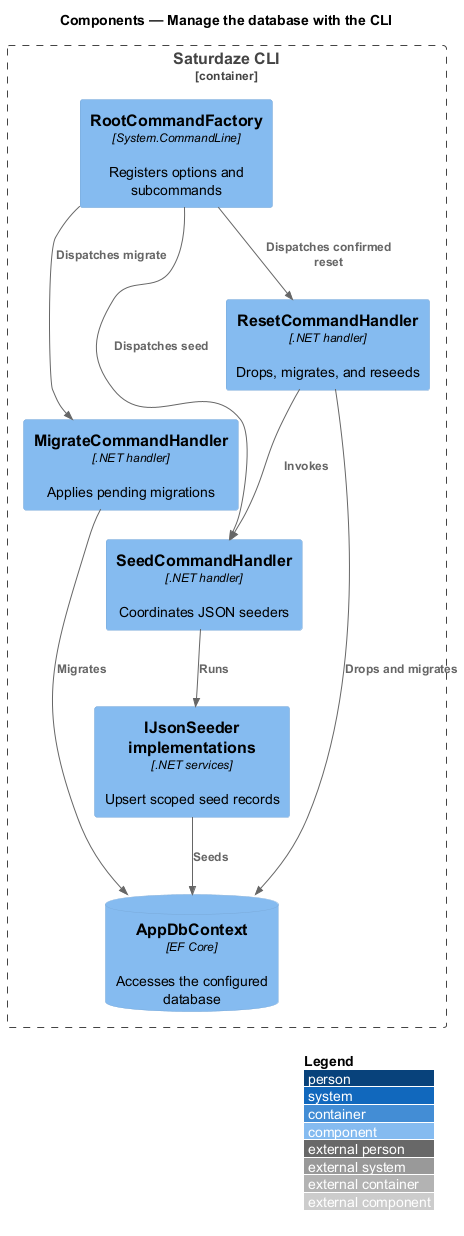
Above: docs/detailed-designs/administration/manage-database-with-cli/diagrams/c4-component.png in QuinntyneBrown/saturdaze (PlantUML), before the change. Source of this version:
```plantuml
@startuml
!include <C4/C4_Component>
LAYOUT_WITH_LEGEND()
title Components — Manage the database with the CLI

Container_Boundary(cli, "Saturdaze CLI") {
  Component(root, "RootCommandFactory", "System.CommandLine", "Registers options and subcommands")
  Component(migrate, "MigrateCommandHandler", ".NET handler", "Applies pending migrations")
  Component(seed, "SeedCommandHandler", ".NET handler", "Coordinates JSON seeders")
  Component(reset, "ResetCommandHandler", ".NET handler", "Drops, migrates, and reseeds")
  Component(seeders, "IJsonSeeder implementations", ".NET services", "Upsert scoped seed records")
  ComponentDb(db, "AppDbContext", "EF Core", "Accesses the configured database")
}
Rel(root, migrate, "Dispatches migrate")
Rel(root, seed, "Dispatches seed")
Rel(root, reset, "Dispatches confirmed reset")
Rel(seed, seeders, "Runs")
Rel(migrate, db, "Migrates")
Rel(seeders, db, "Seeds")
Rel(reset, db, "Drops and migrates")
Rel(reset, seed, "Invokes")
@enduml
```
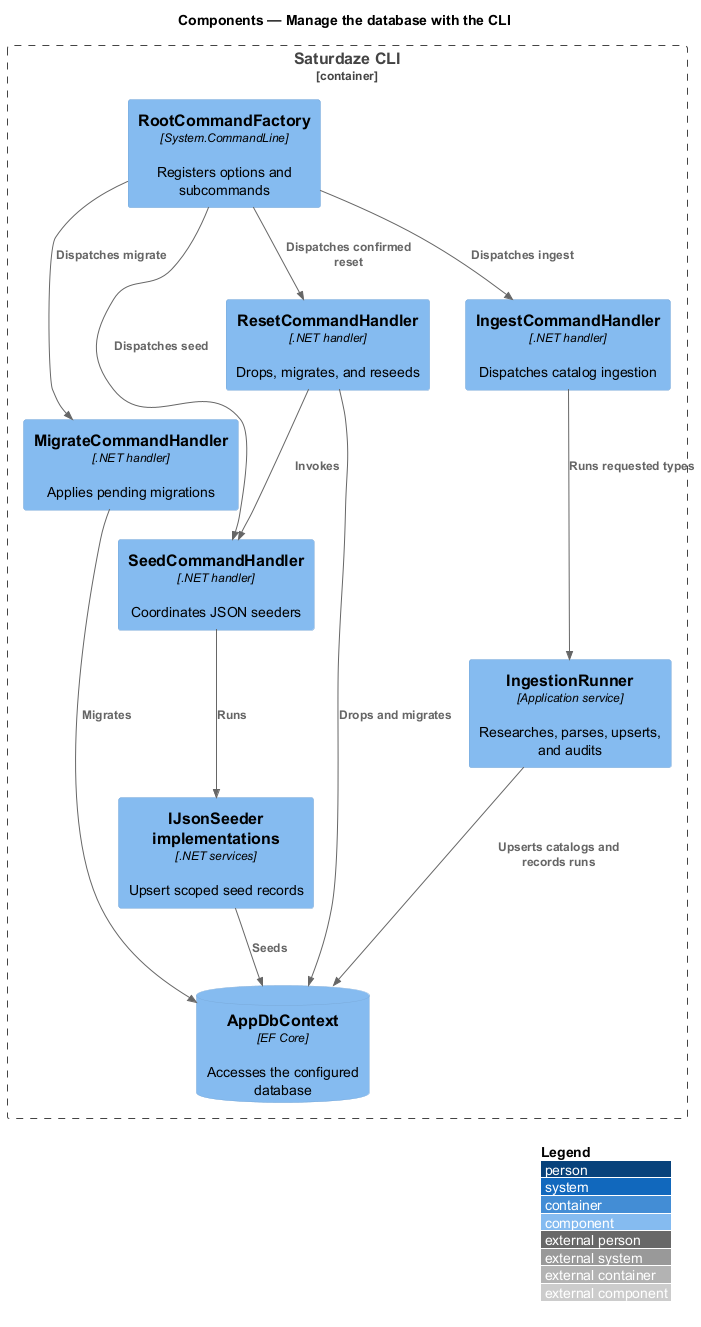
The same file after the commit.

The edit, as a diff of the source:
```diff
@@ -8,10 +8,15 @@
   Component(migrate, "MigrateCommandHandler", ".NET handler", "Applies pending migrations")
   Component(seed, "SeedCommandHandler", ".NET handler", "Coordinates JSON seeders")
   Component(reset, "ResetCommandHandler", ".NET handler", "Drops, migrates, and reseeds")
+  Component(ingest, "IngestCommandHandler", ".NET handler", "Dispatches catalog ingestion")
+  Component(runner, "IngestionRunner", "Application service", "Researches, parses, upserts, and audits")
   Component(seeders, "IJsonSeeder implementations", ".NET services", "Upsert scoped seed records")
   ComponentDb(db, "AppDbContext", "EF Core", "Accesses the configured database")
 }
 Rel(root, migrate, "Dispatches migrate")
+Rel(root, ingest, "Dispatches ingest")
+Rel(ingest, runner, "Runs requested types")
+Rel(runner, db, "Upserts catalogs and records runs")
 Rel(root, seed, "Dispatches seed")
 Rel(root, reset, "Dispatches confirmed reset")
 Rel(seed, seeders, "Runs")
```
